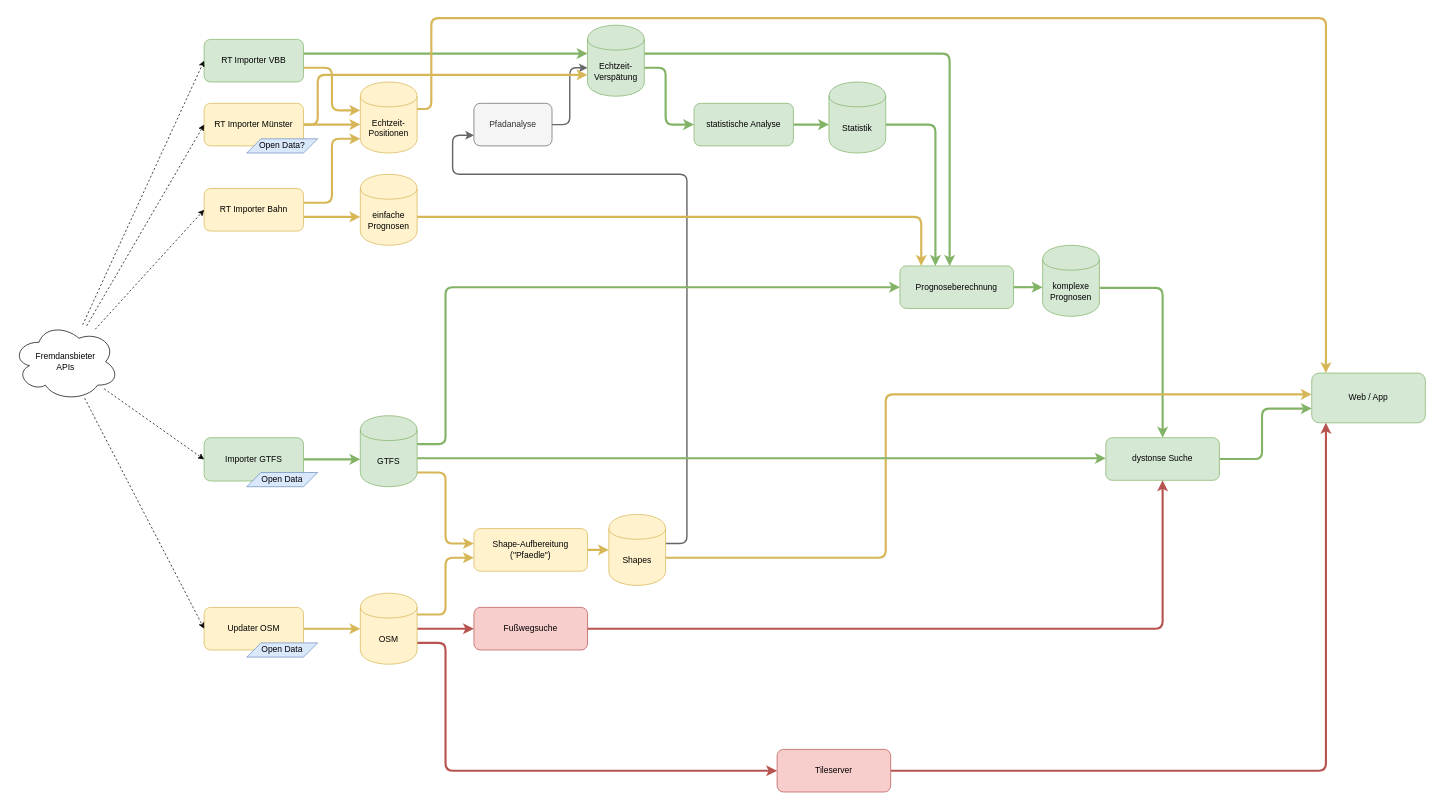
Earlier version of the draw.io diagram project-status/Dystonse Komponenten.drawio (dystonse/dystonse). Source tidied: cells renumbered, new cells numbered last; positions are measured from the earlier drawing's top-left corner, leaving out a move shared by most shapes. Both pictures are drawn from the tidied source at 71%, with x=0, y=0 at pixel (12, 18).
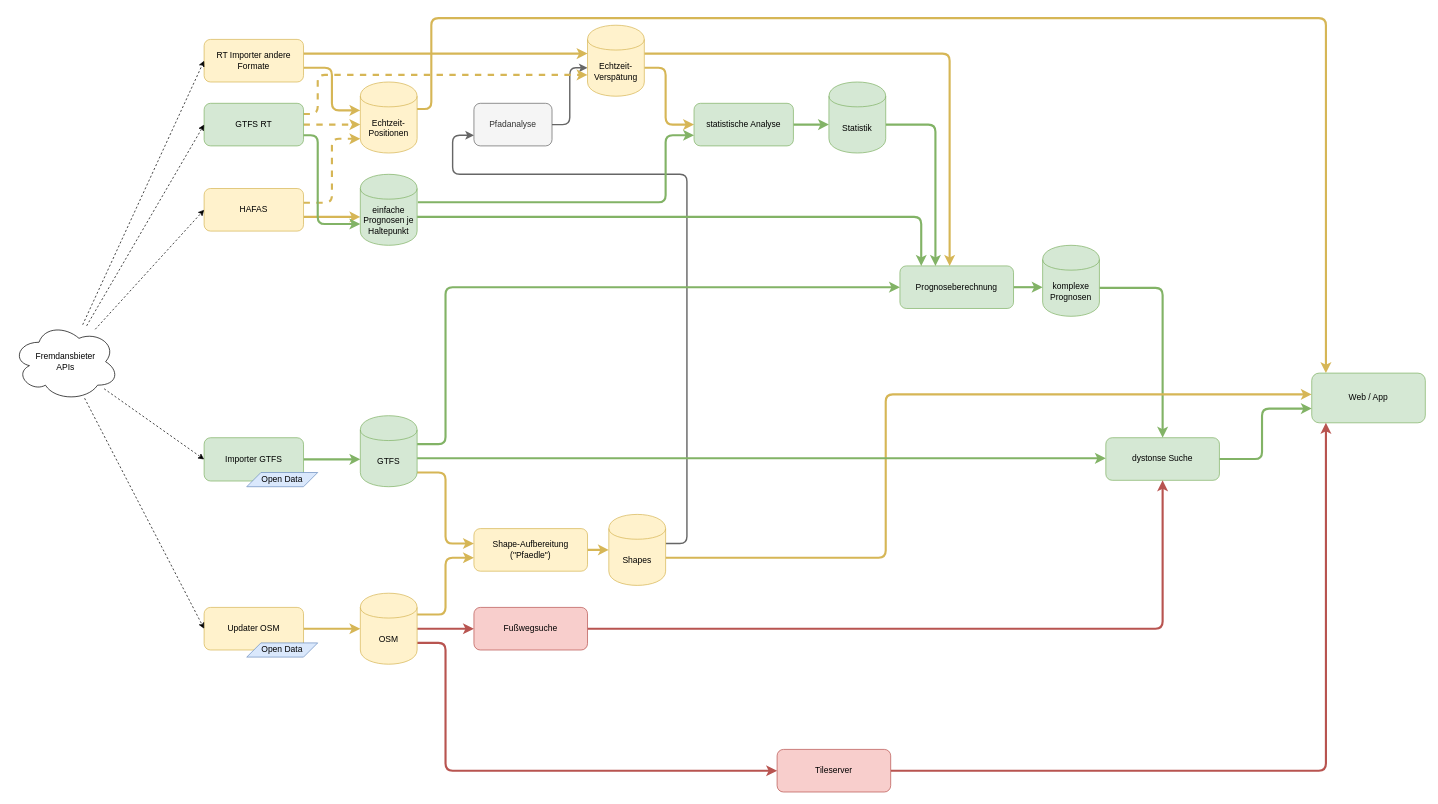
The same diagram, later.

Commit message:
Update Dystonse Komponenten.drawio(adjust to the actual data sources and formats that we identified)

The change refers to these unchanged cells:
```xml
<mxCell id="3" value="&lt;div&gt;Echtzeit-Positionen&lt;/div&gt;" style="shape=cylinder;whiteSpace=wrap;html=1;boundedLbl=1;backgroundOutline=1;fillColor=#fff2cc;strokeColor=#d6b656;" parent="1" vertex="1">
  <mxGeometry x="490" y="90" width="80" height="100" as="geometry" />
</mxCell>
<mxCell id="11" value="Prognoseberechnung" style="rounded=1;whiteSpace=wrap;html=1;fillColor=#d5e8d4;strokeColor=#82b366;" parent="1" vertex="1">
  <mxGeometry x="1250" y="349" width="160" height="60" as="geometry" />
</mxCell>
<mxCell id="47" value="statistische Analyse" style="rounded=1;whiteSpace=wrap;html=1;fillColor=#d5e8d4;strokeColor=#82b366;" parent="1" vertex="1">
  <mxGeometry x="960" y="120" width="140" height="60" as="geometry" />
</mxCell>
```

What changed in the source:
```diff
@@
-    <mxCell id="4" style="edgeStyle=orthogonalEdgeStyle;rounded=1;jettySize=auto;html=1;strokeColor=#82b366;fillColor=#d5e8d4;strokeWidth=3;" parent="1" edge="1" source="5" target="38">
+    <mxCell id="4" style="edgeStyle=orthogonalEdgeStyle;rounded=1;jettySize=auto;html=1;strokeColor=#d6b656;fillColor=#fff2cc;strokeWidth=3;" parent="1" edge="1" source="5" target="38">
       <mxGeometry relative="1" as="geometry">
         <Array as="points">
           <mxPoint x="740" y="50" />
           <mxPoint x="740" y="50" />
         </Array>
       </mxGeometry>
     </mxCell>
-    <mxCell id="5" value="RT Importer VBB" style="rounded=1;whiteSpace=wrap;html=1;fillColor=#d5e8d4;strokeColor=#82b366;" parent="1" vertex="1">
+    <mxCell id="5" value="RT Importer andere Formate" style="rounded=1;whiteSpace=wrap;html=1;fillColor=#fff2cc;strokeColor=#d6b656;" parent="1" vertex="1">
       <mxGeometry x="270" y="30" width="140" height="60" as="geometry" />
     </mxCell>
-    <mxCell id="6" style="edgeStyle=orthogonalEdgeStyle;rounded=1;jettySize=auto;html=1;strokeColor=#d6b656;fillColor=#fff2cc;strokeWidth=3;" parent="1" edge="1" source="8" target="3">
+    <mxCell id="6" style="edgeStyle=orthogonalEdgeStyle;rounded=1;jettySize=auto;html=1;strokeColor=#d6b656;fillColor=#fff2cc;strokeWidth=3;dashed=1;" parent="1" edge="1" source="8" target="3">
       <mxGeometry relative="1" as="geometry">
         <Array as="points">
           <mxPoint x="450" y="260" />
           <mxPoint x="450" y="170" />
         </Array>
       </mxGeometry>
     </mxCell>
@@
-    <mxCell id="8" value="RT Importer Bahn" style="rounded=1;whiteSpace=wrap;html=1;fillColor=#fff2cc;strokeColor=#d6b656;" parent="1" vertex="1">
+    <mxCell id="8" value="HAFAS" style="rounded=1;whiteSpace=wrap;html=1;fillColor=#fff2cc;strokeColor=#d6b656;" parent="1" vertex="1">
       <mxGeometry x="270" y="240" width="140" height="60" as="geometry" />
     </mxCell>
-    <mxCell id="9" style="edgeStyle=orthogonalEdgeStyle;rounded=1;jettySize=auto;html=1;fillColor=#fff2cc;strokeColor=#d6b656;strokeWidth=3;" parent="1" edge="1" source="51" target="3">
+    <mxCell id="9" style="edgeStyle=orthogonalEdgeStyle;rounded=1;jettySize=auto;html=1;fillColor=#fff2cc;strokeColor=#d6b656;strokeWidth=3;dashed=1;" parent="1" edge="1" source="51" target="3">
       <mxGeometry relative="1" as="geometry">
         <Array as="points">
           <mxPoint x="430" y="150" />
           <mxPoint x="430" y="150" />
         </Array>
       </mxGeometry>
     </mxCell>
@@
-    <mxCell id="35" style="edgeStyle=orthogonalEdgeStyle;rounded=1;jettySize=auto;html=1;fillColor=#d5e8d4;strokeColor=#82b366;strokeWidth=3;" parent="1" edge="1" source="38" target="11">
+    <mxCell id="35" style="edgeStyle=orthogonalEdgeStyle;rounded=1;jettySize=auto;html=1;fillColor=#fff2cc;strokeColor=#d6b656;strokeWidth=3;" parent="1" edge="1" source="38" target="11">
       <mxGeometry relative="1" as="geometry">
         <Array as="points">
           <mxPoint x="1320" y="50" />
         </Array>
       </mxGeometry>
     </mxCell>
@@
-    <mxCell id="37" style="edgeStyle=orthogonalEdgeStyle;rounded=1;jettySize=auto;html=1;strokeColor=#82b366;fillColor=#d5e8d4;strokeWidth=3;" parent="1" edge="1" source="38" target="47">
+    <mxCell id="37" style="edgeStyle=orthogonalEdgeStyle;rounded=1;jettySize=auto;html=1;strokeColor=#d6b656;fillColor=#fff2cc;strokeWidth=3;" parent="1" edge="1" source="38" target="47">
       <mxGeometry relative="1" as="geometry">
         <Array as="points">
           <mxPoint x="920" y="70" />
           <mxPoint x="920" y="150" />
         </Array>
       </mxGeometry>
     </mxCell>
-    <mxCell id="38" value="Echtzeit-Verspätung" style="shape=cylinder;whiteSpace=wrap;html=1;boundedLbl=1;backgroundOutline=1;fillColor=#d5e8d4;strokeColor=#82b366;" parent="1" vertex="1">
+    <mxCell id="38" value="Echtzeit-Verspätung" style="shape=cylinder;whiteSpace=wrap;html=1;boundedLbl=1;backgroundOutline=1;fillColor=#fff2cc;strokeColor=#d6b656;" parent="1" vertex="1">
       <mxGeometry x="810" y="10" width="80" height="100" as="geometry" />
     </mxCell>
@@
-    <mxCell id="48" style="edgeStyle=orthogonalEdgeStyle;rounded=1;jettySize=auto;html=1;strokeColor=#d6b656;strokeWidth=3;fillColor=#fff2cc;" parent="1" edge="1" source="49" target="11">
+    <mxCell id="48" style="edgeStyle=orthogonalEdgeStyle;rounded=1;jettySize=auto;html=1;strokeColor=#82b366;strokeWidth=3;fillColor=#d5e8d4;" parent="1" edge="1" source="49" target="11">
       <mxGeometry relative="1" as="geometry">
         <Array as="points">
           <mxPoint x="1280" y="280" />
         </Array>
       </mxGeometry>
     </mxCell>
-    <mxCell id="49" value="&lt;div&gt;einfache Prognosen&lt;/div&gt;" style="shape=cylinder;whiteSpace=wrap;html=1;boundedLbl=1;backgroundOutline=1;fillColor=#fff2cc;strokeColor=#d6b656;" parent="1" vertex="1">
+    <mxCell id="49" value="&lt;div&gt;einfache Prognosen je Haltepunkt&lt;br&gt;&lt;/div&gt;" style="shape=cylinder;whiteSpace=wrap;html=1;boundedLbl=1;backgroundOutline=1;fillColor=#d5e8d4;strokeColor=#82b366;" parent="1" vertex="1">
       <mxGeometry x="490" y="220" width="80" height="100" as="geometry" />
     </mxCell>
-    <mxCell id="50" style="edgeStyle=orthogonalEdgeStyle;rounded=1;jettySize=auto;html=1;strokeColor=#d6b656;strokeWidth=3;fillColor=#fff2cc;" parent="1" edge="1" source="51" target="38">
+    <mxCell id="50" style="edgeStyle=orthogonalEdgeStyle;rounded=1;jettySize=auto;html=1;strokeColor=#d6b656;strokeWidth=3;fillColor=#fff2cc;dashed=1;exitX=1;exitY=0.25;exitDx=0;exitDy=0;" parent="1" edge="1" source="51" target="38">
       <mxGeometry relative="1" as="geometry">
         <Array as="points">
-          <mxPoint x="430" y="150" />
+          <mxPoint x="430" y="135" />
           <mxPoint x="430" y="80" />
         </Array>
       </mxGeometry>
     </mxCell>
-    <mxCell id="51" value="RT Importer Münster" style="rounded=1;whiteSpace=wrap;html=1;fillColor=#fff2cc;strokeColor=#d6b656;" parent="1" vertex="1">
+    <mxCell id="51" value="&lt;div&gt;GTFS RT&lt;/div&gt;" style="rounded=1;whiteSpace=wrap;html=1;fillColor=#d5e8d4;strokeColor=#82b366;" parent="1" vertex="1">
       <mxGeometry x="270" y="120" width="140" height="60" as="geometry" />
     </mxCell>
@@
-    <mxCell id="58" value="Open Data?" style="shape=parallelogram;perimeter=parallelogramPerimeter;whiteSpace=wrap;html=1;fillColor=#dae8fc;strokeColor=#6c8ebf;" parent="1" vertex="1">
-      <mxGeometry x="330" y="170" width="100" height="20" as="geometry" />
-    </mxCell>
@@
+    <mxCell id="61" style="edgeStyle=orthogonalEdgeStyle;rounded=1;jettySize=auto;html=1;strokeColor=#82b366;fillColor=#d5e8d4;strokeWidth=3;exitX=1;exitY=0.75;exitDx=0;exitDy=0;entryX=0;entryY=0.7;entryDx=0;entryDy=0;" parent="1" edge="1" source="51" target="49">
+      <mxGeometry relative="1" as="geometry">
+        <Array as="points">
+          <mxPoint x="430" y="165" />
+          <mxPoint x="430" y="290" />
+        </Array>
+      </mxGeometry>
+    </mxCell>
+    <mxCell id="62" style="edgeStyle=orthogonalEdgeStyle;rounded=1;jettySize=auto;html=1;strokeColor=#82b366;fillColor=#d5e8d4;strokeWidth=3;exitX=1.013;exitY=0.394;exitDx=0;exitDy=0;exitPerimeter=0;entryX=0;entryY=0.75;entryDx=0;entryDy=0;" parent="1" edge="1" source="49" target="47">
+      <mxGeometry relative="1" as="geometry">
+        <Array as="points">
+          <mxPoint x="920" y="259" />
+          <mxPoint x="920" y="165" />
+        </Array>
+      </mxGeometry>
+    </mxCell>
```
